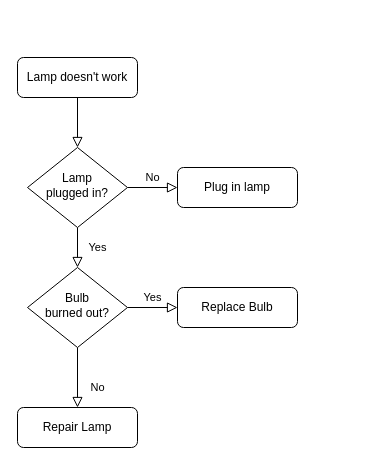
Earlier version of the draw.io diagram Диаграмма без названия.drawio (drakulitka/diagrams). Source tidied: cells renumbered, new cells numbered last; positions are measured from the earlier drawing's top-left corner, leaving out a move shared by most shapes. Both pictures are drawn from the tidied source at 100%, with x=0, y=0 at pixel (17, 57).
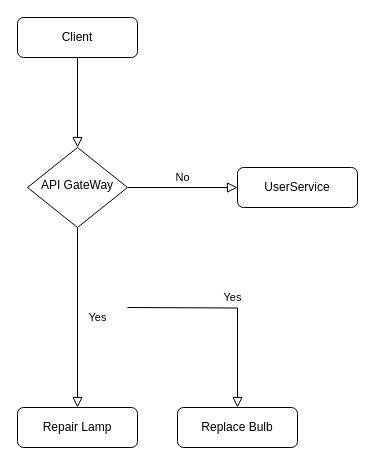
After the change.

What changed in the source:
```diff
@@
 <mxGraphModel>
   <root>
     <mxCell id="0" />
     <mxCell id="1" parent="0" />
     <mxCell id="2" style="rounded=0;html=1;jettySize=auto;fontSize=11;endArrow=block;endFill=0;endSize=8;strokeWidth=1;shadow=0;labelBackgroundColor=none;edgeStyle=orthogonalEdgeStyle;" parent="1" edge="1" source="3" target="6">
       <mxGeometry relative="1" as="geometry" />
     </mxCell>
-    <mxCell id="3" value="Lamp doesn't work" style="rounded=1;whiteSpace=wrap;html=1;fontSize=12;glass=0;strokeWidth=1;shadow=0;" parent="1" vertex="1">
-      <mxGeometry width="120" height="40" as="geometry" />
+    <mxCell id="3" value="Client" style="rounded=1;whiteSpace=wrap;html=1;fontSize=12;glass=0;strokeWidth=1;shadow=0;" parent="1" vertex="1">
+      <mxGeometry y="-40" width="120" height="40" as="geometry" />
     </mxCell>
-    <mxCell id="4" value="Yes" style="rounded=0;html=1;jettySize=auto;fontSize=11;endArrow=block;endFill=0;endSize=8;strokeWidth=1;shadow=0;labelBackgroundColor=none;edgeStyle=orthogonalEdgeStyle;" parent="1" edge="1" source="6" target="10">
+    <mxCell id="4" value="Yes" style="rounded=0;html=1;jettySize=auto;fontSize=11;endArrow=block;endFill=0;endSize=8;strokeWidth=1;shadow=0;labelBackgroundColor=none;edgeStyle=orthogonalEdgeStyle;entryX=0.5;entryY=0;entryDx=0;entryDy=0;" parent="1" edge="1" source="6" target="11">
       <mxGeometry y="20" relative="1" as="geometry" />
     </mxCell>
     <mxCell id="5" value="No" style="edgeStyle=orthogonalEdgeStyle;rounded=0;html=1;jettySize=auto;fontSize=11;endArrow=block;endFill=0;endSize=8;strokeWidth=1;shadow=0;labelBackgroundColor=none;" parent="1" edge="1" source="6" target="7">
       <mxGeometry y="10" relative="1" as="geometry" />
     </mxCell>
-    <mxCell id="6" value="Lamp&lt;br&gt;plugged in?" style="rhombus;whiteSpace=wrap;html=1;shadow=0;fontFamily=Helvetica;fontSize=12;align=center;strokeWidth=1;spacing=6;spacingTop=-4;" parent="1" vertex="1">
+    <mxCell id="6" value="API GateWay" style="rhombus;whiteSpace=wrap;html=1;shadow=0;fontFamily=Helvetica;fontSize=12;align=center;strokeWidth=1;spacing=6;spacingTop=-4;" parent="1" vertex="1">
       <mxGeometry x="10" y="90" width="100" height="80" as="geometry" />
     </mxCell>
-    <mxCell id="7" value="Plug in lamp" style="rounded=1;whiteSpace=wrap;html=1;fontSize=12;glass=0;strokeWidth=1;shadow=0;" parent="1" vertex="1">
-      <mxGeometry x="160" y="110" width="120" height="40" as="geometry" />
+    <mxCell id="7" value="UserService&lt;br&gt;" style="rounded=1;whiteSpace=wrap;html=1;fontSize=12;glass=0;strokeWidth=1;shadow=0;" parent="1" vertex="1">
+      <mxGeometry x="220" y="110" width="120" height="40" as="geometry" />
     </mxCell>
-    <mxCell id="8" value="No" style="rounded=0;html=1;jettySize=auto;fontSize=11;endArrow=block;endFill=0;endSize=8;strokeWidth=1;shadow=0;labelBackgroundColor=none;edgeStyle=orthogonalEdgeStyle;" parent="1" edge="1" source="10" target="11">
-      <mxGeometry x="0.33" y="20" relative="1" as="geometry" />
-    </mxCell>
-    <mxCell id="9" value="Yes" style="edgeStyle=orthogonalEdgeStyle;rounded=0;html=1;jettySize=auto;fontSize=11;endArrow=block;endFill=0;endSize=8;strokeWidth=1;shadow=0;labelBackgroundColor=none;" parent="1" edge="1" source="10" target="12">
-      <mxGeometry y="10" relative="1" as="geometry" />
+    <mxCell id="9" value="Yes" style="edgeStyle=orthogonalEdgeStyle;rounded=0;html=1;jettySize=auto;fontSize=11;endArrow=block;endFill=0;endSize=8;strokeWidth=1;shadow=0;labelBackgroundColor=none;" parent="1" edge="1" target="12">
+      <mxGeometry y="10" relative="1" as="geometry">
+        <mxPoint x="110" y="250" as="sourcePoint" />
+      </mxGeometry>
     </mxCell>
-    <mxCell id="10" value="Bulb&lt;br&gt;burned out?" style="rhombus;whiteSpace=wrap;html=1;shadow=0;fontFamily=Helvetica;fontSize=12;align=center;strokeWidth=1;spacing=6;spacingTop=-4;" parent="1" vertex="1">
-      <mxGeometry x="10" y="210" width="100" height="80" as="geometry" />
-    </mxCell>
     <mxCell id="11" value="Repair Lamp" style="rounded=1;whiteSpace=wrap;html=1;fontSize=12;glass=0;strokeWidth=1;shadow=0;" parent="1" vertex="1">
       <mxGeometry y="350" width="120" height="40" as="geometry" />
     </mxCell>
     <mxCell id="12" value="Replace Bulb" style="rounded=1;whiteSpace=wrap;html=1;fontSize=12;glass=0;strokeWidth=1;shadow=0;" parent="1" vertex="1">
-      <mxGeometry x="160" y="230" width="120" height="40" as="geometry" />
+      <mxGeometry x="160" y="350" width="120" height="40" as="geometry" />
     </mxCell>
   </root>
 </mxGraphModel>
```
